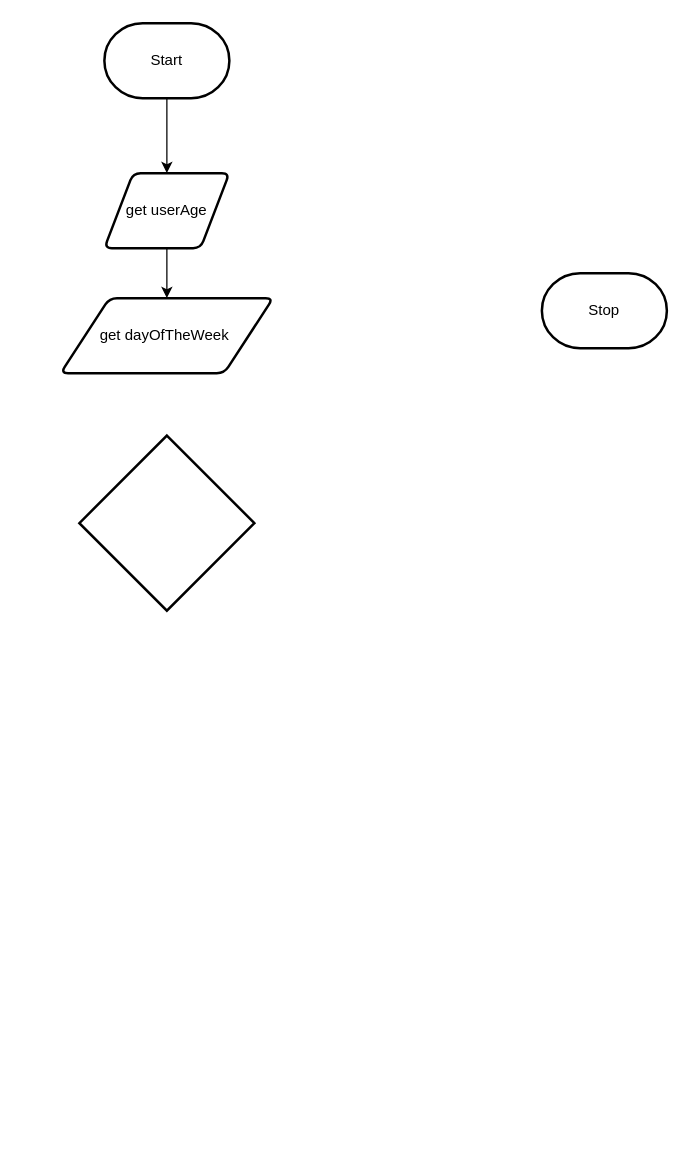
Earlier version of the draw.io diagram design/flowchart.drawio (MTHS-ICD2O-1-2023/ICD2O-Unit-5-04-hai-tran-2). Source tidied: cells renumbered, new cells numbered last; positions are measured from the earlier drawing's top-left corner, leaving out a move shared by most shapes. Both pictures are drawn from the tidied source at 125%, with x=0, y=0 at pixel (60, 22).
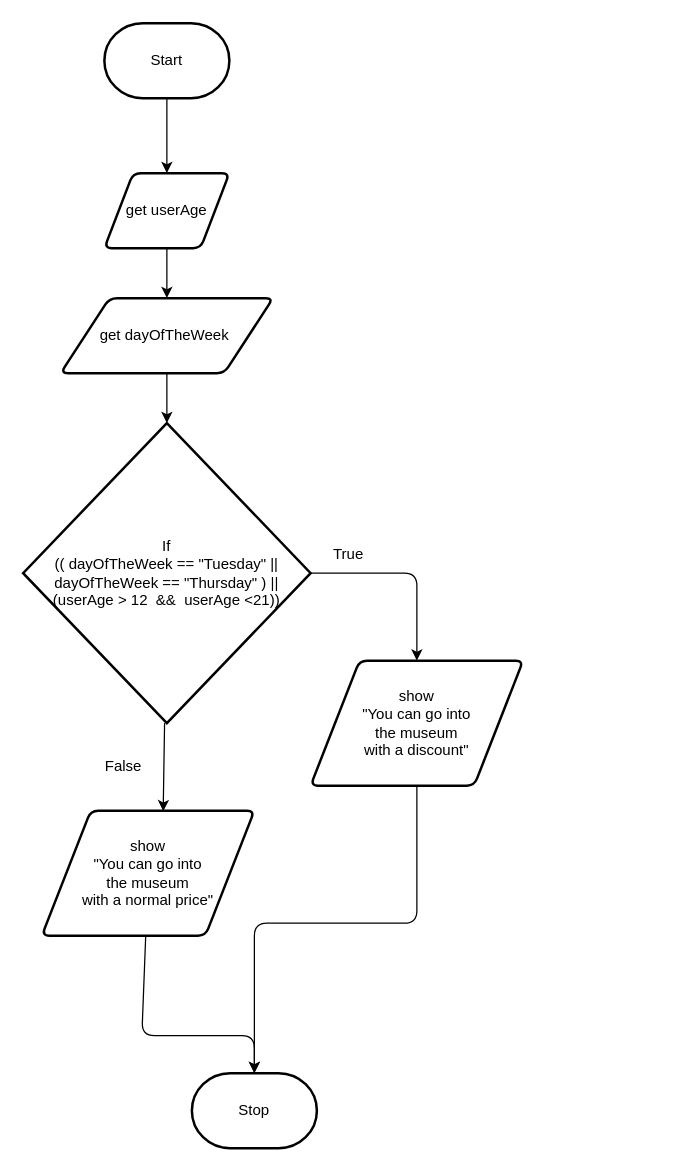
After the change.

Unchanged cells that the change refers to:
```xml
<mxCell id="7" value="get&amp;nbsp;dayOfTheWeek&amp;nbsp;" style="shape=parallelogram;html=1;strokeWidth=2;perimeter=parallelogramPerimeter;whiteSpace=wrap;rounded=1;arcSize=12;size=0.23;" parent="1" vertex="1">
  <mxGeometry y="220" width="170" height="60" as="geometry" />
</mxCell>
```

Diff of the diagram source:
```diff
@@
     <mxCell id="4" value="Stop" style="strokeWidth=2;html=1;shape=mxgraph.flowchart.terminator;whiteSpace=wrap;" parent="1" vertex="1">
-      <mxGeometry x="385" y="200" width="100" height="60" as="geometry" />
+      <mxGeometry x="105" y="840" width="100" height="60" as="geometry" />
     </mxCell>
@@
+    <mxCell id="9" style="edgeStyle=none;html=1;" parent="1" edge="1" source="7" target="8">
+      <mxGeometry relative="1" as="geometry" />
+    </mxCell>
@@
+    <mxCell id="10" style="edgeStyle=none;html=1;exitX=1;exitY=0.5;exitDx=0;exitDy=0;exitPerimeter=0;entryX=0.5;entryY=0;entryDx=0;entryDy=0;" parent="1" edge="1" source="8" target="13">
+      <mxGeometry relative="1" as="geometry">
+        <Array as="points">
+          <mxPoint x="285" y="440" />
+        </Array>
+      </mxGeometry>
+    </mxCell>
+    <mxCell id="11" style="edgeStyle=none;html=1;entryX=0.571;entryY=0.005;entryDx=0;entryDy=0;entryPerimeter=0;" parent="1" edge="1" source="8" target="15">
+      <mxGeometry relative="1" as="geometry" />
+    </mxCell>
-    <mxCell id="8" style="strokeWidth=2;html=1;shape=mxgraph.flowchart.decision;whiteSpace=wrap;" parent="1" vertex="1">
-      <mxGeometry x="15" y="330" width="140" height="140" as="geometry" />
+    <mxCell id="8" value="If&lt;br&gt;(( dayOfTheWeek == &quot;Tuesday&quot; || dayOfTheWeek == &quot;Thursday&quot; ) || (userAge &amp;gt; 12&amp;nbsp; &amp;amp;&amp;amp;&amp;nbsp; userAge &amp;lt;21))" style="strokeWidth=2;html=1;shape=mxgraph.flowchart.decision;whiteSpace=wrap;" parent="1" vertex="1">
+      <mxGeometry x="-30" y="320" width="230" height="240" as="geometry" />
     </mxCell>
+    <mxCell id="12" style="edgeStyle=none;html=1;" parent="1" edge="1" source="13">
+      <mxGeometry relative="1" as="geometry">
+        <mxPoint x="155" y="840" as="targetPoint" />
+        <Array as="points">
+          <mxPoint x="285" y="720" />
+          <mxPoint x="155" y="720" />
+        </Array>
+      </mxGeometry>
+    </mxCell>
+    <mxCell id="13" value="show&lt;br&gt;&quot;You can go into &lt;br&gt;the museum &lt;br&gt;with a discount&quot;" style="shape=parallelogram;html=1;strokeWidth=2;perimeter=parallelogramPerimeter;whiteSpace=wrap;rounded=1;arcSize=12;size=0.23;" parent="1" vertex="1">
+      <mxGeometry x="200" y="510" width="170" height="100" as="geometry" />
+    </mxCell>
+    <mxCell id="14" style="edgeStyle=none;html=1;entryX=0.5;entryY=0;entryDx=0;entryDy=0;entryPerimeter=0;" parent="1" edge="1" source="15" target="4">
+      <mxGeometry relative="1" as="geometry">
+        <Array as="points">
+          <mxPoint x="65" y="810" />
+          <mxPoint x="155" y="810" />
+        </Array>
+      </mxGeometry>
+    </mxCell>
+    <mxCell id="15" value="show&lt;br&gt;&quot;You can go into &lt;br&gt;the museum &lt;br&gt;with a normal price&quot;" style="shape=parallelogram;html=1;strokeWidth=2;perimeter=parallelogramPerimeter;whiteSpace=wrap;rounded=1;arcSize=12;size=0.23;" parent="1" vertex="1">
+      <mxGeometry x="-15" y="630" width="170" height="100" as="geometry" />
+    </mxCell>
+    <mxCell id="16" value="True" style="text;html=1;align=center;verticalAlign=middle;strokeColor=none;fillColor=none;" parent="1" vertex="1">
+      <mxGeometry x="205" y="410" width="50" height="30" as="geometry" />
+    </mxCell>
+    <mxCell id="17" value="False" style="text;html=1;align=center;verticalAlign=middle;strokeColor=none;fillColor=none;" parent="1" vertex="1">
+      <mxGeometry x="25" y="580" width="50" height="30" as="geometry" />
+    </mxCell>
```
